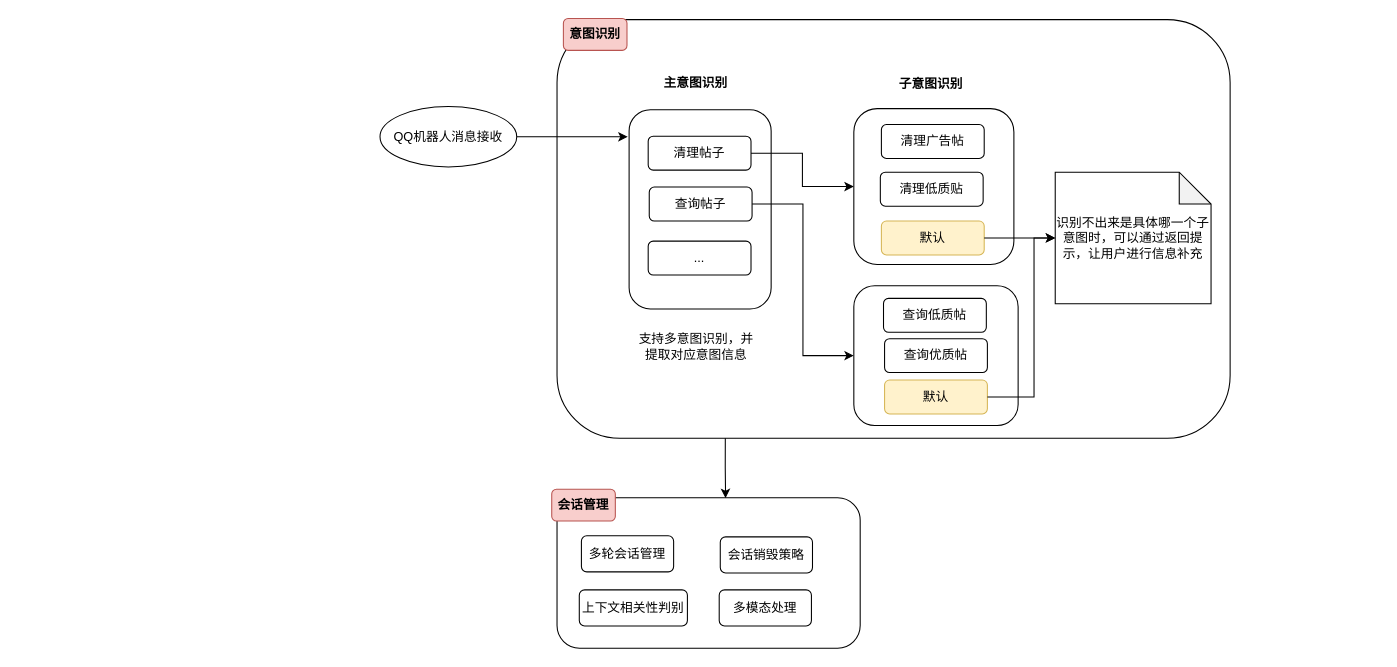
The draw.io diagram diagrams/意图识别.drawio in neoalvin/draw.io, before the edit. Source tidied: cells renumbered, new cells numbered last; positions are measured from the earlier drawing's top-left corner, leaving out a move shared by most shapes. Both pictures are drawn from the tidied source at 106%, with x=0, y=0 at pixel (379, 18).
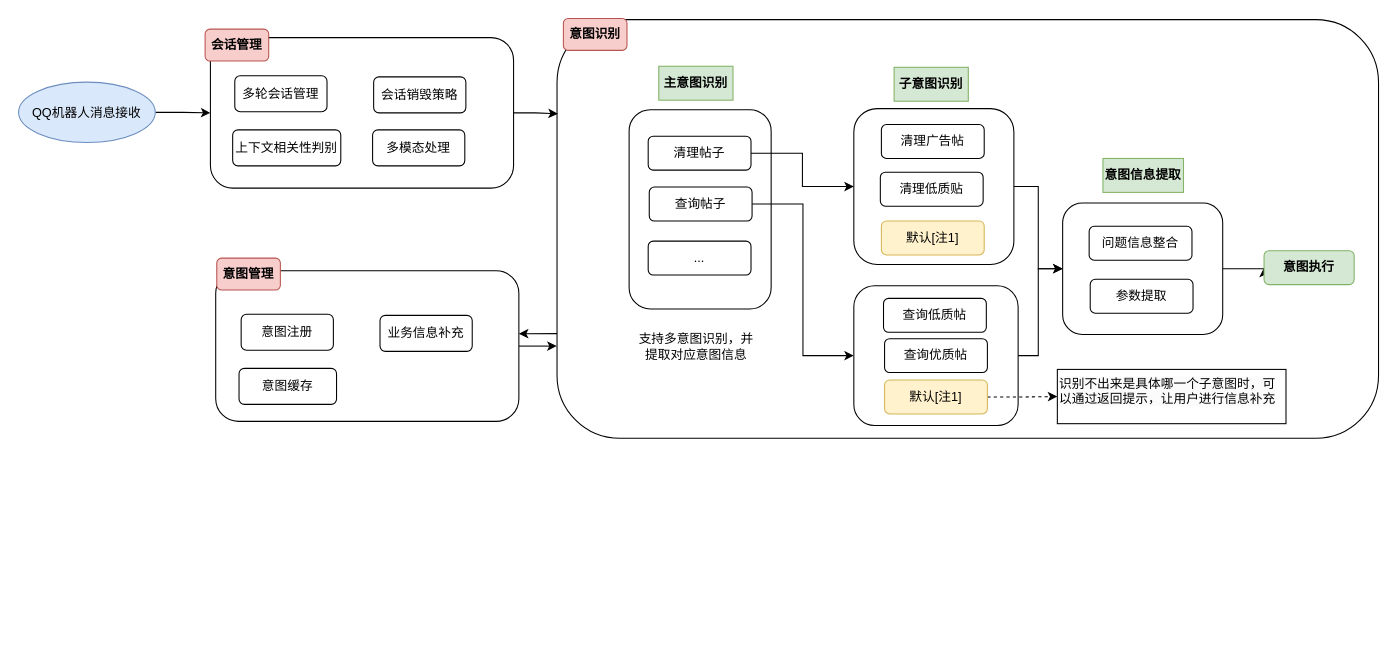
The same page after the edit.

Commit message (it also covers changes not shown here):
更新意图识别.drawio

Unchanged cells that the change refers to:
```xml
<mxCell id="3" style="rounded=1;whiteSpace=wrap;html=1;" parent="1" vertex="1">
  <mxGeometry x="235" y="86" width="134" height="188" as="geometry" />
</mxCell>
<mxCell id="12" style="rounded=1;whiteSpace=wrap;html=1;" parent="1" vertex="1">
  <mxGeometry x="447" y="85" width="151" height="147" as="geometry" />
</mxCell>
<mxCell id="20" style="rounded=1;whiteSpace=wrap;html=1;" parent="1" vertex="1">
  <mxGeometry x="447" y="252" width="155" height="132" as="geometry" />
</mxCell>
```

What changed in the source:
```diff
@@
     <mxCell id="2" style="rounded=1;whiteSpace=wrap;html=1;" parent="1" vertex="1">
-      <mxGeometry x="167" y="1" width="635" height="395" as="geometry" />
+      <mxGeometry x="167" y="1" width="775" height="395" as="geometry" />
     </mxCell>
@@
+    <mxCell id="33" style="edgeStyle=orthogonalEdgeStyle;rounded=0;jettySize=auto;html=1;exitX=1;exitY=0.5;exitDx=0;exitDy=0;entryX=0;entryY=0.5;entryDx=0;entryDy=0;" parent="1" edge="1" source="4" target="26">
+      <mxGeometry relative="1" as="geometry" />
+    </mxCell>
-    <mxCell id="4" value="QQ机器人消息接收" style="ellipse;whiteSpace=wrap;html=1;" parent="1" vertex="1">
-      <mxGeometry y="83" width="129" height="57" as="geometry" />
+    <mxCell id="4" value="QQ机器人消息接收" style="ellipse;whiteSpace=wrap;html=1;fillColor=#dae8fc;strokeColor=#6c8ebf;" parent="1" vertex="1">
+      <mxGeometry x="-341" y="60" width="129" height="57" as="geometry" />
     </mxCell>
-    <mxCell id="5" style="edgeStyle=orthogonalEdgeStyle;rounded=0;jettySize=auto;html=1;exitX=1;exitY=0.5;exitDx=0;exitDy=0;entryX=-0.01;entryY=0.136;entryDx=0;entryDy=0;entryPerimeter=0;" parent="1" edge="1" source="4" target="3">
-      <mxGeometry relative="1" as="geometry" />
-    </mxCell>
@@
-    <mxCell id="8" value="&lt;b&gt;主意图识别&lt;/b&gt;" style="text;html=1;align=center;verticalAlign=middle;whiteSpace=wrap;rounded=0;" parent="1" vertex="1">
+    <mxCell id="8" value="&lt;b&gt;主意图识别&lt;/b&gt;" style="text;html=1;align=center;verticalAlign=middle;whiteSpace=wrap;rounded=0;fillColor=#d5e8d4;strokeColor=#82b366;" parent="1" vertex="1">
       <mxGeometry x="263" y="45" width="70" height="32" as="geometry" />
     </mxCell>
@@
+    <mxCell id="34" style="edgeStyle=orthogonalEdgeStyle;rounded=0;jettySize=auto;html=1;exitX=1;exitY=0.5;exitDx=0;exitDy=0;entryX=0;entryY=0.5;entryDx=0;entryDy=0;" parent="1" edge="1" source="12" target="37">
+      <mxGeometry relative="1" as="geometry" />
+    </mxCell>
@@
-    <mxCell id="13" value="&lt;b&gt;子意图识别&lt;/b&gt;" style="text;html=1;align=center;verticalAlign=middle;whiteSpace=wrap;rounded=0;" parent="1" vertex="1">
+    <mxCell id="13" value="&lt;b&gt;子意图识别&lt;/b&gt;" style="text;html=1;align=center;verticalAlign=middle;whiteSpace=wrap;rounded=0;fillColor=#d5e8d4;strokeColor=#82b366;" parent="1" vertex="1">
       <mxGeometry x="485" y="46" width="70" height="32" as="geometry" />
     </mxCell>
@@
-    <mxCell id="16" value="默认" style="rounded=1;whiteSpace=wrap;html=1;fillColor=#fff2cc;strokeColor=#d6b656;" parent="1" vertex="1">
+    <mxCell id="16" value="默认[注1]" style="rounded=1;whiteSpace=wrap;html=1;fillColor=#fff2cc;strokeColor=#d6b656;" parent="1" vertex="1">
       <mxGeometry x="473" y="191" width="97" height="32" as="geometry" />
     </mxCell>
-    <mxCell id="17" value="识别不出来是具体哪一个子意图时，可以通过返回提示，让用户进行信息补充" style="shape=note;whiteSpace=wrap;html=1;backgroundOutline=1;darkOpacity=0.05;" parent="1" vertex="1">
-      <mxGeometry x="637" y="145" width="147" height="124" as="geometry" />
-    </mxCell>
-    <mxCell id="18" style="edgeStyle=orthogonalEdgeStyle;rounded=0;jettySize=auto;html=1;exitX=1;exitY=0.5;exitDx=0;exitDy=0;entryX=0;entryY=0.5;entryDx=0;entryDy=0;entryPerimeter=0;" parent="1" edge="1" source="16" target="17">
-      <mxGeometry relative="1" as="geometry" />
-    </mxCell>
@@
+    <mxCell id="35" style="edgeStyle=orthogonalEdgeStyle;rounded=0;jettySize=auto;html=1;exitX=1;exitY=0.5;exitDx=0;exitDy=0;entryX=0;entryY=0.5;entryDx=0;entryDy=0;" parent="1" edge="1" source="20" target="37">
+      <mxGeometry relative="1" as="geometry">
+        <Array as="points">
+          <mxPoint x="621" y="318" />
+          <mxPoint x="621" y="236" />
+        </Array>
+      </mxGeometry>
+    </mxCell>
@@
+    <mxCell id="24" style="edgeStyle=orthogonalEdgeStyle;rounded=0;jettySize=auto;html=1;exitX=1;exitY=0.5;exitDx=0;exitDy=0;entryX=0;entryY=0.5;entryDx=0;entryDy=0;dashed=1;" parent="1" edge="1" source="23" target="17">
+      <mxGeometry relative="1" as="geometry" />
+    </mxCell>
-    <mxCell id="23" value="默认" style="rounded=1;whiteSpace=wrap;html=1;fillColor=#fff2cc;strokeColor=#d6b656;" parent="1" vertex="1">
+    <mxCell id="23" value="默认[注1]" style="rounded=1;whiteSpace=wrap;html=1;fillColor=#fff2cc;strokeColor=#d6b656;" parent="1" vertex="1">
       <mxGeometry x="476" y="341" width="97" height="32" as="geometry" />
     </mxCell>
-    <mxCell id="24" style="edgeStyle=orthogonalEdgeStyle;rounded=0;jettySize=auto;html=1;exitX=1;exitY=0.5;exitDx=0;exitDy=0;entryX=0;entryY=0.5;entryDx=0;entryDy=0;entryPerimeter=0;" parent="1" edge="1" source="23" target="17">
-      <mxGeometry relative="1" as="geometry">
-        <Array as="points">
-          <mxPoint x="617" y="357" />
-          <mxPoint x="617" y="207" />
-        </Array>
-      </mxGeometry>
-    </mxCell>
@@
     <mxCell id="26" style="rounded=1;whiteSpace=wrap;html=1;" parent="1" vertex="1">
-      <mxGeometry x="167" y="452" width="286" height="142" as="geometry" />
+      <mxGeometry x="-160" y="18" width="286" height="142" as="geometry" />
     </mxCell>
     <mxCell id="27" value="&lt;b&gt;会话管理&lt;/b&gt;" style="text;html=1;align=center;verticalAlign=middle;whiteSpace=wrap;rounded=1;fillColor=#f8cecc;strokeColor=#b85450;" parent="1" vertex="1">
-      <mxGeometry x="162" y="444" width="60" height="30" as="geometry" />
+      <mxGeometry x="-165" y="10" width="60" height="30" as="geometry" />
     </mxCell>
     <mxCell id="28" value="多轮会话管理" style="rounded=1;whiteSpace=wrap;html=1;" parent="1" vertex="1">
-      <mxGeometry x="190" y="488" width="87" height="34" as="geometry" />
+      <mxGeometry x="-137" y="54" width="87" height="34" as="geometry" />
     </mxCell>
     <mxCell id="29" value="上下文相关性判别" style="rounded=1;whiteSpace=wrap;html=1;" parent="1" vertex="1">
-      <mxGeometry x="188" y="539" width="102" height="34" as="geometry" />
+      <mxGeometry x="-139" y="105" width="102" height="34" as="geometry" />
     </mxCell>
-    <mxCell id="30" style="edgeStyle=orthogonalEdgeStyle;rounded=0;jettySize=auto;html=1;exitX=0.25;exitY=1;exitDx=0;exitDy=0;entryX=0.556;entryY=0.003;entryDx=0;entryDy=0;entryPerimeter=0;" parent="1" edge="1" source="2" target="26">
-      <mxGeometry relative="1" as="geometry" />
-    </mxCell>
     <mxCell id="31" value="会话销毁策略" style="rounded=1;whiteSpace=wrap;html=1;" parent="1" vertex="1">
-      <mxGeometry x="321" y="489" width="87" height="34" as="geometry" />
+      <mxGeometry x="-6" y="55" width="87" height="34" as="geometry" />
     </mxCell>
     <mxCell id="32" value="多模态处理" style="rounded=1;whiteSpace=wrap;html=1;" parent="1" vertex="1">
-      <mxGeometry x="320" y="539" width="87" height="34" as="geometry" />
+      <mxGeometry x="-7" y="105" width="87" height="34" as="geometry" />
     </mxCell>
+    <mxCell id="36" style="edgeStyle=orthogonalEdgeStyle;rounded=0;jettySize=auto;html=1;exitX=1;exitY=0.5;exitDx=0;exitDy=0;entryX=0;entryY=0.5;entryDx=0;entryDy=0;" parent="1" edge="1" source="37" target="41">
+      <mxGeometry relative="1" as="geometry" />
+    </mxCell>
+    <mxCell id="37" style="rounded=1;whiteSpace=wrap;html=1;" parent="1" vertex="1">
+      <mxGeometry x="644" y="174" width="151" height="124" as="geometry" />
+    </mxCell>
+    <mxCell id="38" value="&lt;b&gt;意图信息提取&lt;/b&gt;" style="text;html=1;align=center;verticalAlign=middle;whiteSpace=wrap;rounded=0;fillColor=#d5e8d4;strokeColor=#82b366;" parent="1" vertex="1">
+      <mxGeometry x="682" y="132" width="76" height="32" as="geometry" />
+    </mxCell>
+    <mxCell id="39" value="问题信息整合" style="rounded=1;whiteSpace=wrap;html=1;" parent="1" vertex="1">
+      <mxGeometry x="669" y="196" width="97" height="32" as="geometry" />
+    </mxCell>
+    <mxCell id="40" value="参数提取" style="rounded=1;whiteSpace=wrap;html=1;" parent="1" vertex="1">
+      <mxGeometry x="670" y="246" width="97" height="32" as="geometry" />
+    </mxCell>
+    <mxCell id="41" value="&lt;b&gt;意图执行&lt;/b&gt;" style="rounded=1;whiteSpace=wrap;html=1;fillColor=#d5e8d4;strokeColor=#82b366;" parent="1" vertex="1">
+      <mxGeometry x="834" y="219" width="85" height="32" as="geometry" />
+    </mxCell>
+    <mxCell id="17" value="&lt;span style=&quot;color: rgb(0, 0, 0); font-family: Helvetica; font-size: 12px; font-style: normal; font-variant-ligatures: normal; font-variant-caps: normal; font-weight: 400; letter-spacing: normal; orphans: 2; text-align: left; text-indent: 0px; text-transform: none; widows: 2; word-spacing: 0px; -webkit-text-stroke-width: 0px; white-space: normal; background-color: rgb(251, 251, 251); text-decoration-thickness: initial; text-decoration-style: initial; text-decoration-color: initial; display: inline !important; float: none;&quot;&gt;识别不出来是具体哪一个子意图时，可以通过返回提示，让用户进行信息补充&lt;/span&gt;" style="text;whiteSpace=wrap;html=1;rounded=0;strokeColor=default;" parent="1" vertex="1">
+      <mxGeometry x="639" y="331" width="215.7" height="51.2" as="geometry" />
+    </mxCell>
+    <mxCell id="42" style="edgeStyle=orthogonalEdgeStyle;rounded=0;jettySize=auto;html=1;exitX=1;exitY=0.5;exitDx=0;exitDy=0;" parent="1" edge="1" source="43">
+      <mxGeometry relative="1" as="geometry">
+        <mxPoint x="166.7" y="309.3" as="targetPoint" />
+      </mxGeometry>
+    </mxCell>
+    <mxCell id="43" style="rounded=1;whiteSpace=wrap;html=1;" parent="1" vertex="1">
+      <mxGeometry x="-155" y="238" width="286" height="142" as="geometry" />
+    </mxCell>
+    <mxCell id="44" value="&lt;b&gt;意图管理&lt;/b&gt;" style="text;html=1;align=center;verticalAlign=middle;whiteSpace=wrap;rounded=1;fillColor=#f8cecc;strokeColor=#b85450;" parent="1" vertex="1">
+      <mxGeometry x="-154" y="226" width="60" height="30" as="geometry" />
+    </mxCell>
+    <mxCell id="45" value="意图注册" style="rounded=1;whiteSpace=wrap;html=1;" parent="1" vertex="1">
+      <mxGeometry x="-131" y="279" width="87" height="34" as="geometry" />
+    </mxCell>
+    <mxCell id="46" value="意图缓存" style="rounded=1;whiteSpace=wrap;html=1;" parent="1" vertex="1">
+      <mxGeometry x="-133" y="330" width="92" height="34" as="geometry" />
+    </mxCell>
+    <mxCell id="47" value="业务信息补充" style="rounded=1;whiteSpace=wrap;html=1;" parent="1" vertex="1">
+      <mxGeometry y="280" width="87" height="34" as="geometry" />
+    </mxCell>
+    <mxCell id="48" style="edgeStyle=orthogonalEdgeStyle;rounded=0;jettySize=auto;html=1;exitX=1;exitY=0.5;exitDx=0;exitDy=0;entryX=0.001;entryY=0.225;entryDx=0;entryDy=0;entryPerimeter=0;" parent="1" edge="1" source="26" target="2">
+      <mxGeometry relative="1" as="geometry" />
+    </mxCell>
+    <mxCell id="49" style="edgeStyle=orthogonalEdgeStyle;rounded=0;jettySize=auto;html=1;exitX=0;exitY=0.75;exitDx=0;exitDy=0;entryX=1;entryY=0.416;entryDx=0;entryDy=0;entryPerimeter=0;" parent="1" edge="1" source="2" target="43">
+      <mxGeometry relative="1" as="geometry" />
+    </mxCell>
```
